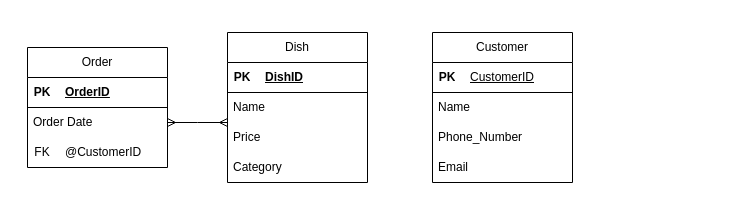
juliaxiahaha/Introduction-to-Databases keeps this draw.io diagram as 未命名绘图.drawio. Above is the earlier version. Source tidied: cells renumbered, new cells numbered last; positions are measured from the earlier drawing's top-left corner, leaving out a move shared by most shapes. Both pictures are drawn from the tidied source at 100%, with x=0, y=0 at pixel (27, 32).
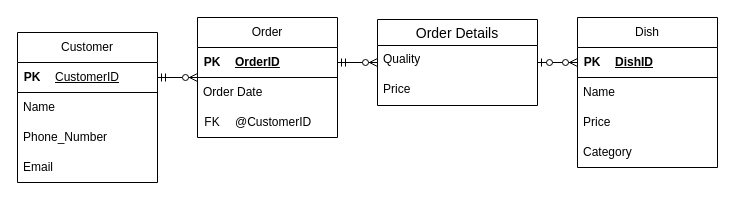
The same page after the edit.

Unchanged cells that the change refers to:
```xml
<mxCell id="4" style="shape=tableRow;horizontal=0;startSize=0;swimlaneHead=0;swimlaneBody=0;fillColor=none;points=[[0,0.5],[1,0.5]];portConstraint=eastwest;top=0;left=0;right=0;bottom=1;" parent="3" vertex="1">
  <mxGeometry width="140" height="30" as="geometry" />
</mxCell>
<mxCell id="12" style="shape=tableRow;horizontal=0;startSize=0;swimlaneHead=0;swimlaneBody=0;fillColor=none;points=[[0,0.5],[1,0.5]];portConstraint=eastwest;top=0;left=0;right=0;bottom=1;" parent="11" vertex="1">
  <mxGeometry width="140" height="30" as="geometry" />
</mxCell>
<mxCell id="20" style="shape=tableRow;horizontal=0;startSize=0;swimlaneHead=0;swimlaneBody=0;fillColor=none;points=[[0,0.5],[1,0.5]];portConstraint=eastwest;top=0;left=0;right=0;bottom=1;" parent="19" vertex="1">
  <mxGeometry width="140" height="30" as="geometry" />
</mxCell>
```

The edit, as a diff of the source:
```diff
@@
     <mxCell id="2" value="Dish" style="swimlane;fontStyle=0;horizontal=1;startSize=30;whiteSpace=wrap;html=1;" parent="1" vertex="1">
-      <mxGeometry x="200" width="140" height="150" as="geometry" />
+      <mxGeometry x="550" y="-15" width="140" height="150" as="geometry" />
     </mxCell>
@@
     <mxCell id="10" value="Customer" style="swimlane;fontStyle=0;horizontal=1;startSize=30;whiteSpace=wrap;html=1;" parent="1" vertex="1">
-      <mxGeometry x="405" width="140" height="150" as="geometry" />
+      <mxGeometry x="-10" width="140" height="150" as="geometry" />
     </mxCell>
@@
     <mxCell id="18" value="Order" style="swimlane;fontStyle=0;horizontal=1;startSize=30;whiteSpace=wrap;html=1;" parent="1" vertex="1">
-      <mxGeometry y="15" width="140" height="120" as="geometry" />
+      <mxGeometry x="170" y="-15" width="140" height="120" as="geometry" />
     </mxCell>
@@
-    <mxCell id="28" style="edgeStyle=entityRelationEdgeStyle;fontSize=12;html=1;endArrow=ERmany;startArrow=ERmany;rounded=0;" parent="1" edge="1">
-      <mxGeometry relative="1" as="geometry">
-        <mxPoint x="140" y="90" as="sourcePoint" />
-        <mxPoint x="200" y="90" as="targetPoint" />
-      </mxGeometry>
-    </mxCell>
+    <mxCell id="29" value="Order Details" style="swimlane;fontStyle=0;horizontal=1;startSize=26;align=center;fontSize=14;" parent="1" vertex="1">
+      <mxGeometry x="350" y="-13" width="160" height="86" as="geometry" />
+    </mxCell>
+    <mxCell id="30" value="Quality" style="text;strokeColor=none;fillColor=none;spacingLeft=4;spacingRight=4;overflow=hidden;fontSize=12;whiteSpace=wrap;html=1;" parent="29" vertex="1">
+      <mxGeometry y="26" width="160" height="30" as="geometry" />
+    </mxCell>
+    <mxCell id="31" value="Price" style="text;strokeColor=none;fillColor=none;spacingLeft=4;spacingRight=4;overflow=hidden;fontSize=12;whiteSpace=wrap;html=1;" parent="29" vertex="1">
+      <mxGeometry y="56" width="160" height="30" as="geometry" />
+    </mxCell>
+    <mxCell id="32" style="edgeStyle=entityRelationEdgeStyle;fontSize=12;html=1;endArrow=ERzeroToMany;startArrow=ERmandOne;rounded=0;exitX=1;exitY=0.5;exitDx=0;exitDy=0;" parent="1" edge="1" source="20" target="29">
+      <mxGeometry relative="1" as="geometry" />
+    </mxCell>
+    <mxCell id="33" style="edgeStyle=entityRelationEdgeStyle;fontSize=12;html=1;endArrow=ERzeroToMany;startArrow=ERzeroToOne;rounded=0;" parent="1" edge="1" source="29" target="4">
+      <mxGeometry relative="1" as="geometry" />
+    </mxCell>
+    <mxCell id="34" style="edgeStyle=entityRelationEdgeStyle;fontSize=12;html=1;endArrow=ERzeroToMany;startArrow=ERmandOne;rounded=0;" parent="1" edge="1" source="12" target="18">
+      <mxGeometry relative="1" as="geometry">
+        <Array as="points">
+          <mxPoint x="210" y="380" />
+        </Array>
+      </mxGeometry>
+    </mxCell>
```
